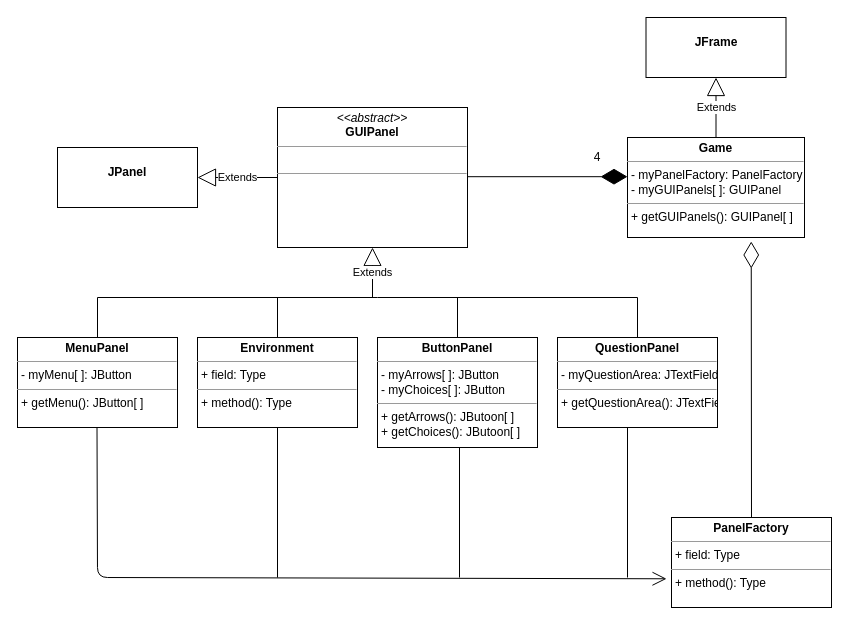
This is view.drawio from Robert-0410/360GroupProject, a draw.io file, before an edit. Source tidied: cells renumbered, new cells numbered last; positions are measured from the earlier drawing's top-left corner, leaving out a move shared by most shapes. Both pictures are drawn from the tidied source at 100%, with x=0, y=0 at pixel (17, 17).
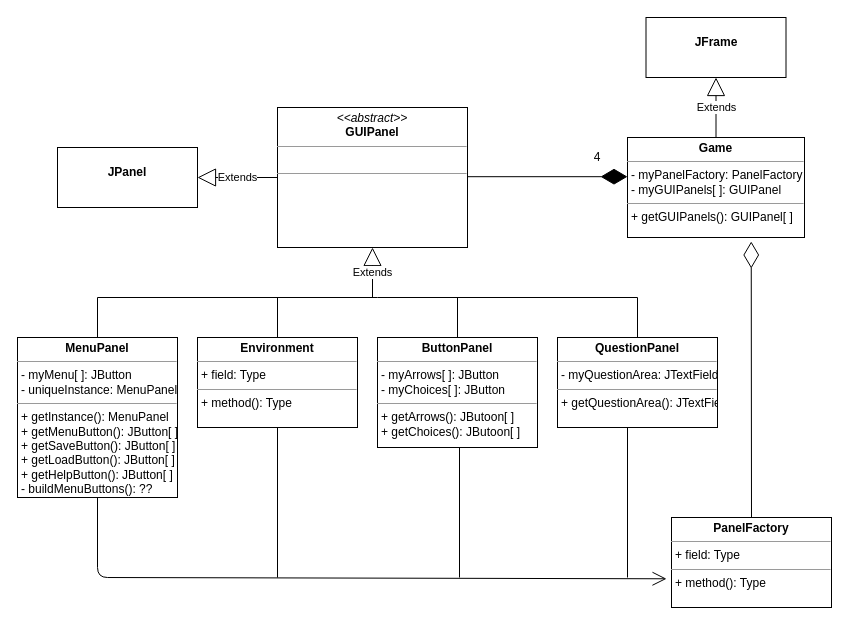
The same diagram, later.

The change refers to these unchanged cells:
```xml
<mxCell id="21" value="&lt;p style=&quot;margin: 0px ; margin-top: 4px ; text-align: center&quot;&gt;&lt;b&gt;PanelFactory&lt;/b&gt;&lt;/p&gt;&lt;hr size=&quot;1&quot;&gt;&lt;p style=&quot;margin: 0px ; margin-left: 4px&quot;&gt;+ field: Type&lt;/p&gt;&lt;hr size=&quot;1&quot;&gt;&lt;p style=&quot;margin: 0px ; margin-left: 4px&quot;&gt;+ method(): Type&lt;/p&gt;" style="verticalAlign=top;align=left;overflow=fill;fontSize=12;fontFamily=Helvetica;html=1;" parent="1" vertex="1">
  <mxGeometry x="654" y="500" width="160" height="90" as="geometry" />
</mxCell>
```

The edit, as a diff of the source:
```diff
@@
-    <mxCell id="4" value="&lt;p style=&quot;margin: 0px ; margin-top: 4px ; text-align: center&quot;&gt;&lt;b&gt;MenuPanel&lt;/b&gt;&lt;/p&gt;&lt;hr size=&quot;1&quot;&gt;&lt;p style=&quot;margin: 0px ; margin-left: 4px&quot;&gt;- myMenu[ ]: JButton&lt;/p&gt;&lt;hr size=&quot;1&quot;&gt;&lt;p style=&quot;margin: 0px ; margin-left: 4px&quot;&gt;+ getMenu(): JButton[ ]&lt;/p&gt;" style="verticalAlign=top;align=left;overflow=fill;fontSize=12;fontFamily=Helvetica;html=1;" parent="1" vertex="1">
-      <mxGeometry y="320" width="160" height="90" as="geometry" />
+    <mxCell id="4" value="&lt;p style=&quot;margin: 0px ; margin-top: 4px ; text-align: center&quot;&gt;&lt;b&gt;MenuPanel&lt;/b&gt;&lt;/p&gt;&lt;hr size=&quot;1&quot;&gt;&lt;p style=&quot;margin: 0px 0px 0px 4px&quot;&gt;- myMenu[ ]: JButton&lt;/p&gt;&lt;p style=&quot;margin: 0px 0px 0px 4px&quot;&gt;- uniqueInstance: MenuPanel&lt;/p&gt;&lt;hr size=&quot;1&quot;&gt;&lt;p style=&quot;margin: 0px 0px 0px 4px&quot;&gt;+ getInstance(): MenuPanel&lt;/p&gt;&lt;p style=&quot;margin: 0px 0px 0px 4px&quot;&gt;+ getMenuButton(): JButton[ ]&lt;/p&gt;&lt;p style=&quot;margin: 0px 0px 0px 4px&quot;&gt;+ getSaveButton(): JButton[ ]&lt;/p&gt;&lt;p style=&quot;margin: 0px 0px 0px 4px&quot;&gt;+ getLoadButton(): JButton[ ]&lt;/p&gt;&lt;p style=&quot;margin: 0px 0px 0px 4px&quot;&gt;+ getHelpButton(): JButton[ ]&lt;/p&gt;&lt;p style=&quot;margin: 0px 0px 0px 4px&quot;&gt;- buildMenuButtons(): ??&lt;/p&gt;" style="verticalAlign=top;align=left;overflow=fill;fontSize=12;fontFamily=Helvetica;html=1;" parent="1" vertex="1">
+      <mxGeometry y="320" width="160" height="160" as="geometry" />
     </mxCell>
@@
-    <mxCell id="23" style="endArrow=open;endFill=1;endSize=12;html=1;entryX=-0.031;entryY=0.681;entryDx=0;entryDy=0;entryPerimeter=0;" parent="1" edge="1" target="21">
+    <mxCell id="23" style="endArrow=open;endFill=1;endSize=12;html=1;entryX=-0.031;entryY=0.681;entryDx=0;entryDy=0;entryPerimeter=0;" parent="1" edge="1" source="4" target="21">
       <mxGeometry relative="1" as="geometry">
-        <mxPoint x="79.5" y="410" as="sourcePoint" />
         <Array as="points">
           <mxPoint x="80" y="560" />
         </Array>
       </mxGeometry>
     </mxCell>
```
